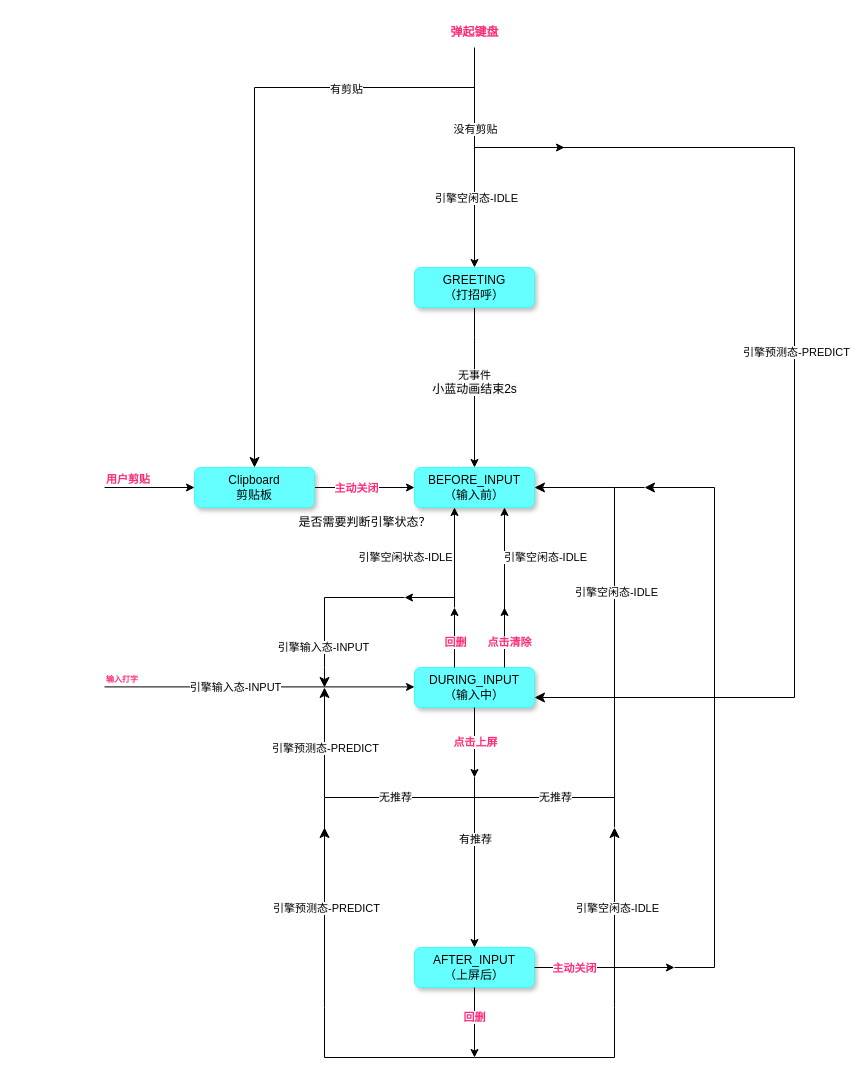
Adiudiu/test keeps this draw.io diagram as 候选状态流程图.drawio. Above is the earlier version. Source tidied: cells renumbered, new cells numbered last; positions are measured from the earlier drawing's top-left corner, leaving out a move shared by most shapes. Both pictures are drawn from the tidied source at 100%, with x=0, y=0 at pixel (104, 17).
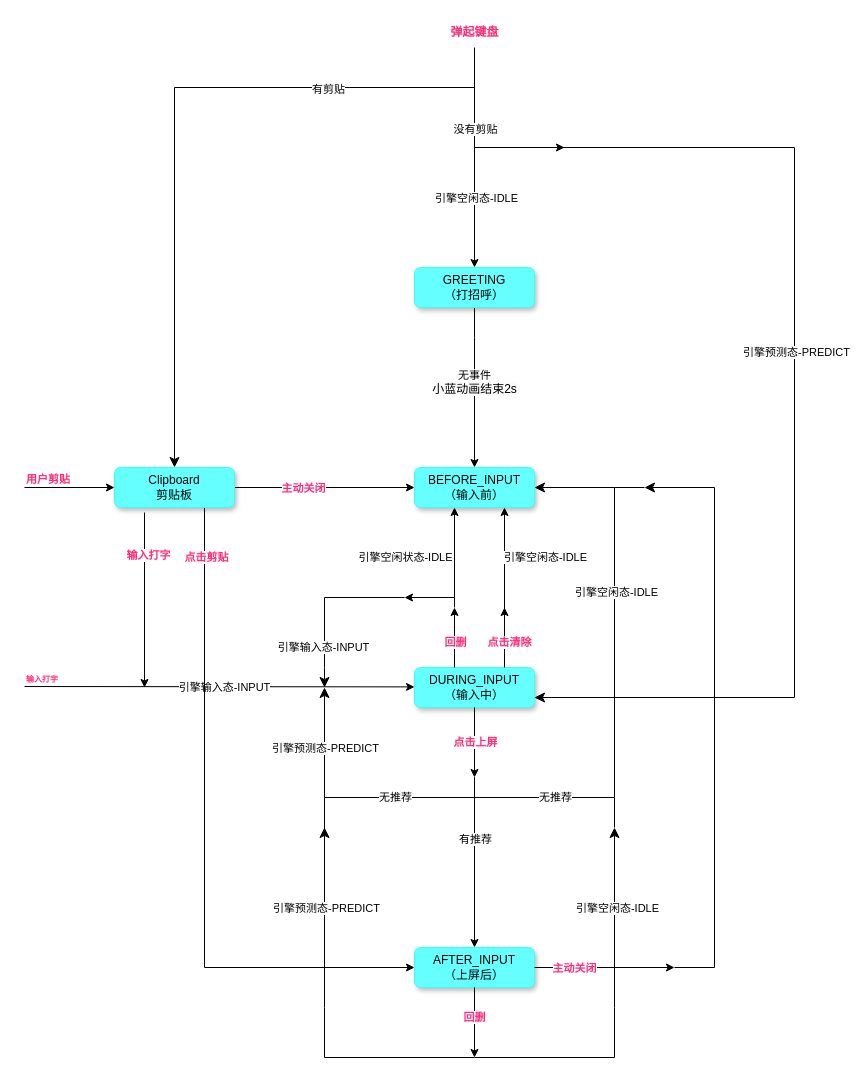
The same diagram, later.

Commit message:
更新候选状态流程图.drawio

The change refers to these unchanged cells:
```xml
<mxCell id="7" value="AFTER_INPUT&lt;br&gt;（上屏后）" style="rounded=1;whiteSpace=wrap;html=1;fontSize=12;glass=0;strokeWidth=1;shadow=1;strokeColor=#38FFF2;fillColor=#66FFFF;" parent="1" vertex="1">
  <mxGeometry x="310" y="930" width="120" height="40" as="geometry" />
</mxCell>
```

Change to the diagram source:
```diff
@@
     <mxCell id="13" style="endArrow=classic;html=1;rounded=0;" parent="1" edge="1">
       <mxGeometry relative="1" as="geometry">
-        <mxPoint y="669.4" as="sourcePoint" />
+        <mxPoint x="-80" y="669" as="sourcePoint" />
         <mxPoint x="310" y="669.4" as="targetPoint" />
       </mxGeometry>
     </mxCell>
     <mxCell id="14" value="引擎输入态-INPUT" style="edgeLabel;html=1;align=center;verticalAlign=middle;" parent="13" vertex="1">
       <mxGeometry relative="1" as="geometry">
-        <mxPoint x="-25" as="offset" />
+        <mxPoint x="5" as="offset" />
       </mxGeometry>
     </mxCell>
@@
+    <mxCell id="59" style="edgeStyle=orthogonalEdgeStyle;rounded=0;jettySize=auto;html=1;entryX=0;entryY=0.5;entryDx=0;entryDy=0;" parent="1" edge="1" target="7">
+      <mxGeometry relative="1" as="geometry">
+        <mxPoint x="80" y="490" as="sourcePoint" />
+        <Array as="points">
+          <mxPoint x="100" y="490" />
+          <mxPoint x="100" y="950" />
+        </Array>
+      </mxGeometry>
+    </mxCell>
+    <mxCell id="60" value="&lt;b&gt;&lt;font color=&quot;#ff2b79&quot;&gt;点击剪贴&lt;/font&gt;&lt;/b&gt;" style="edgeLabel;html=1;align=center;verticalAlign=middle;" parent="59" vertex="1">
+      <mxGeometry x="-0.86" y="1" relative="1" as="geometry">
+        <mxPoint y="21" as="offset" />
+      </mxGeometry>
+    </mxCell>
     <mxCell id="52" value="Clipboard&lt;br&gt;剪贴板" style="rounded=1;whiteSpace=wrap;html=1;fontSize=12;glass=0;strokeWidth=1;shadow=1;strokeColor=#38FFF2;fillColor=#66FFFF;" parent="1" vertex="1">
-      <mxGeometry x="90" y="450" width="120" height="40" as="geometry" />
+      <mxGeometry x="10" y="450" width="120" height="40" as="geometry" />
     </mxCell>
     <mxCell id="53" style="endArrow=classic;html=1;rounded=0;entryX=0;entryY=0.5;entryDx=0;entryDy=0;" parent="1" edge="1" target="52">
       <mxGeometry relative="1" as="geometry">
-        <mxPoint y="470" as="sourcePoint" />
+        <mxPoint x="-80" y="470" as="sourcePoint" />
       </mxGeometry>
     </mxCell>
@@
-    <mxCell id="58" value="是否需要判断引擎状态？" style="text;html=1;align=center;verticalAlign=middle;strokeColor=none;fillColor=none;" parent="1" vertex="1">
-      <mxGeometry x="180" y="490" width="160" height="30" as="geometry" />
-    </mxCell>
+    <mxCell id="61" style="endArrow=classic;html=1;rounded=0;" parent="1" edge="1">
+      <mxGeometry relative="1" as="geometry">
+        <mxPoint x="40" y="495" as="sourcePoint" />
+        <mxPoint x="40" y="670" as="targetPoint" />
+      </mxGeometry>
+    </mxCell>
+    <mxCell id="62" value="&lt;b&gt;&lt;font color=&quot;#ff2b79&quot;&gt;输入打字&lt;/font&gt;&lt;/b&gt;" style="edgeLabel;html=1;align=center;verticalAlign=middle;" parent="61" vertex="1">
+      <mxGeometry x="-0.52" y="3" relative="1" as="geometry" />
+    </mxCell>
```
